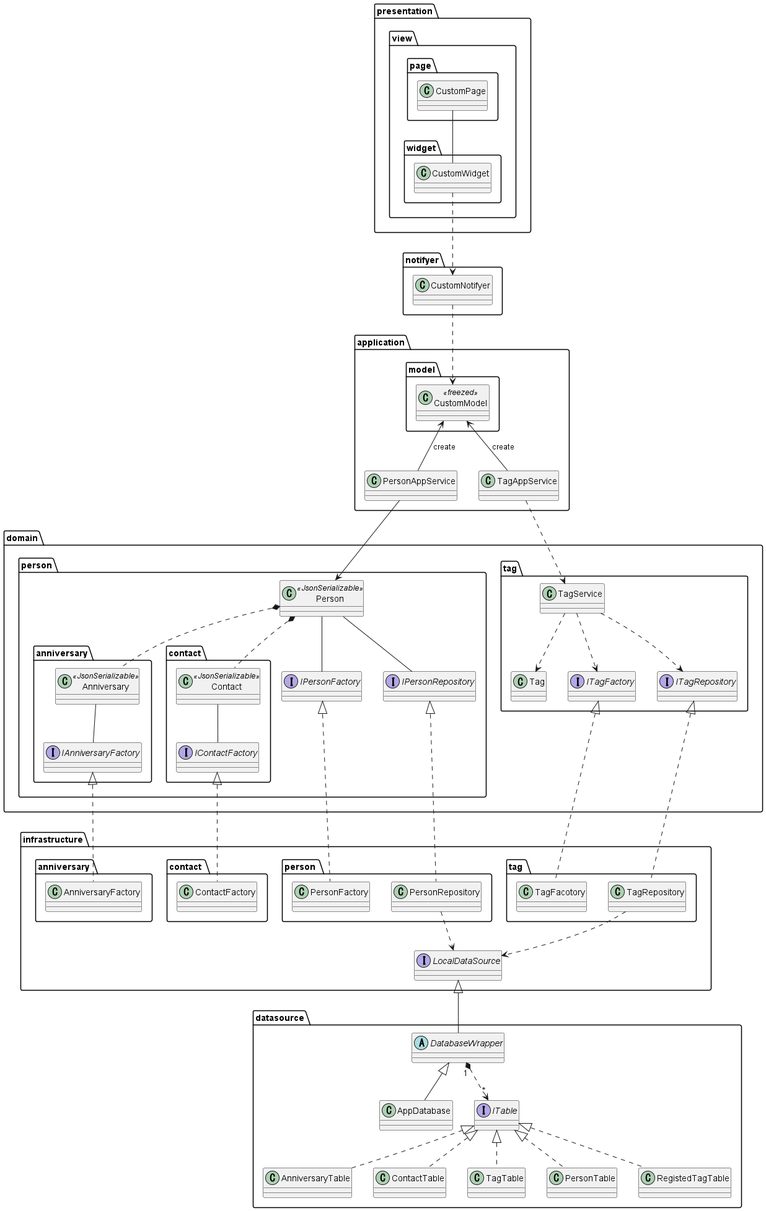
Before: uml/class_diagram/class_diagram.png, a diagram exported from PlantUML (nmskm240/friend_list).
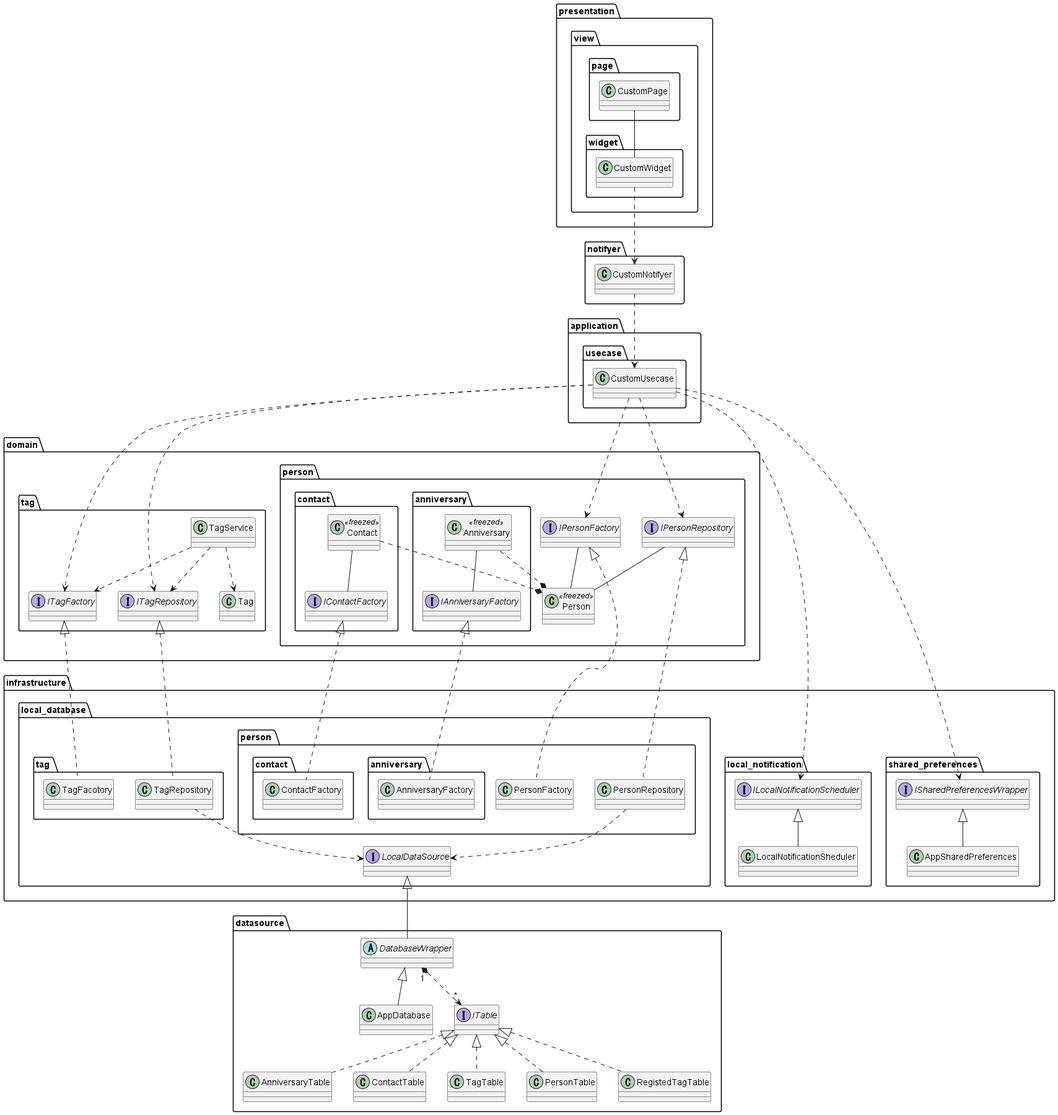
After the commit.

Diff of the diagram source:
```diff
@@ -16,24 +16,22 @@
 }
 
 package application {
-    package model {
-        class CustomModel<<freezed>>
+    package usecase {
+        class CustomUsecase
     }
-    class PersonAppService
-    class TagAppService
 }
 
 package domain {
     package person {
         package anniversary {
-            class Anniversary<<JsonSerializable>>
+            class Anniversary<<freezed>>
             interface IAnniversaryFactory
         }
         package contact {
-            class Contact<<JsonSerializable>>
+            class Contact<<freezed>>
             interface IContactFactory
         }
-        class Person<<JsonSerializable>>
+        class Person<<freezed>>
         interface IPersonFactory
         interface IPersonRepository
     }
@@ -46,21 +44,31 @@
 }
 
 package infrastructure {
-    package "anniversary " {
-        class AnniversaryFactory
+    package local_database {
+        package "person " {
+            package "anniversary " {
+                class AnniversaryFactory
+            }
+            package "contact " {
+                class ContactFactory
+            }
+            class PersonFactory
+            class PersonRepository
+        }
+        package "tag " {
+            class TagFacotory
+            class TagRepository
+        }
+        interface LocalDataSource
     }
-    package "contact " {
-        class ContactFactory
+    package local_notification {
+        interface ILocalNotificationScheduler
+        class LocalNotificationSheduler
     }
-    package "person " {
-        class PersonFactory
-        class PersonRepository
+    package shared_preferences {
+        interface ISharedPreferencesWrapper
+        class AppSharedPreferences
     }
-    package "tag " {
-        class TagFacotory
-        class TagRepository
-    }
-    interface LocalDataSource
 }
 
 package datasource {
@@ -78,20 +86,23 @@
 
 CustomWidget ..> CustomNotifyer
 
-CustomNotifyer ..> CustomModel
+CustomNotifyer ..> CustomUsecase
 
-CustomModel <-- TagAppService : create
-CustomModel <-- PersonAppService : create
 
-TagAppService ..> TagService
-PersonAppService --> Person
+
+CustomUsecase ..> IPersonRepository
+CustomUsecase ..> IPersonFactory
+CustomUsecase ..> ITagRepository
+CustomUsecase ..> ITagFactory
+CustomUsecase ..> ILocalNotificationScheduler
+CustomUsecase ..> ISharedPreferencesWrapper
 
 Anniversary -- IAnniversaryFactory
 Contact -- IContactFactory
-Person *.. Anniversary
-Person *.. Contact
-Person -- IPersonFactory
-Person -- IPersonRepository
+Anniversary ..* Person
+Contact ..* Person
+IPersonFactory -- Person
+IPersonRepository -- Person
 TagService ..> Tag
 TagService ..> ITagFactory
 TagService ..> ITagRepository
@@ -106,6 +117,8 @@
 
 TagRepository ..> LocalDataSource
 PersonRepository ..> LocalDataSource
+ILocalNotificationScheduler <|-- LocalNotificationSheduler
+ISharedPreferencesWrapper <|-- AppSharedPreferences
 
 LocalDataSource <|-- DatabaseWrapper
 
```
